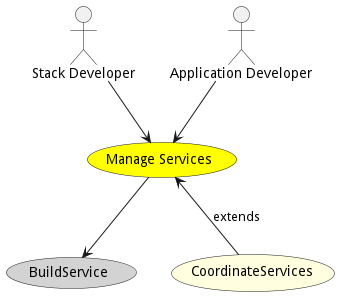
Earlier version of the PlantUML export docs/edgemere/sml/usecases/manageservices/Activities.png (madajaju/edgemere).
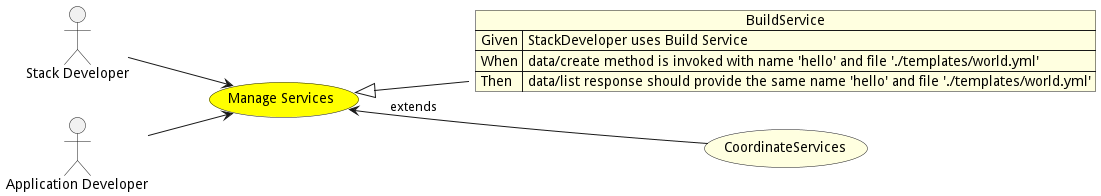
After the commit.

What changed in the source:
```diff
@@ -1,5 +1,7 @@
 @startuml
 
+
+left to right direction
 
 usecase "Manage Services" as ManageServices #yellow
 
@@ -13,9 +15,13 @@
 
 
 
-usecase "BuildService" as BuildService #lightgrey
+json BuildService #lightyellow {
+    "Given": "StackDeveloper uses Build Service",
+    "When": "data/create method is invoked with name &#39;hello&#39; and file &#39;./templates/world.yml&#39;",
+    "Then": "data/list response should provide the same name &#39;hello&#39; and file &#39;./templates/world.yml&#39;"
+}
 
-ManageServices --> BuildService
+ManageServices <|-- BuildService
 
 
 
```
